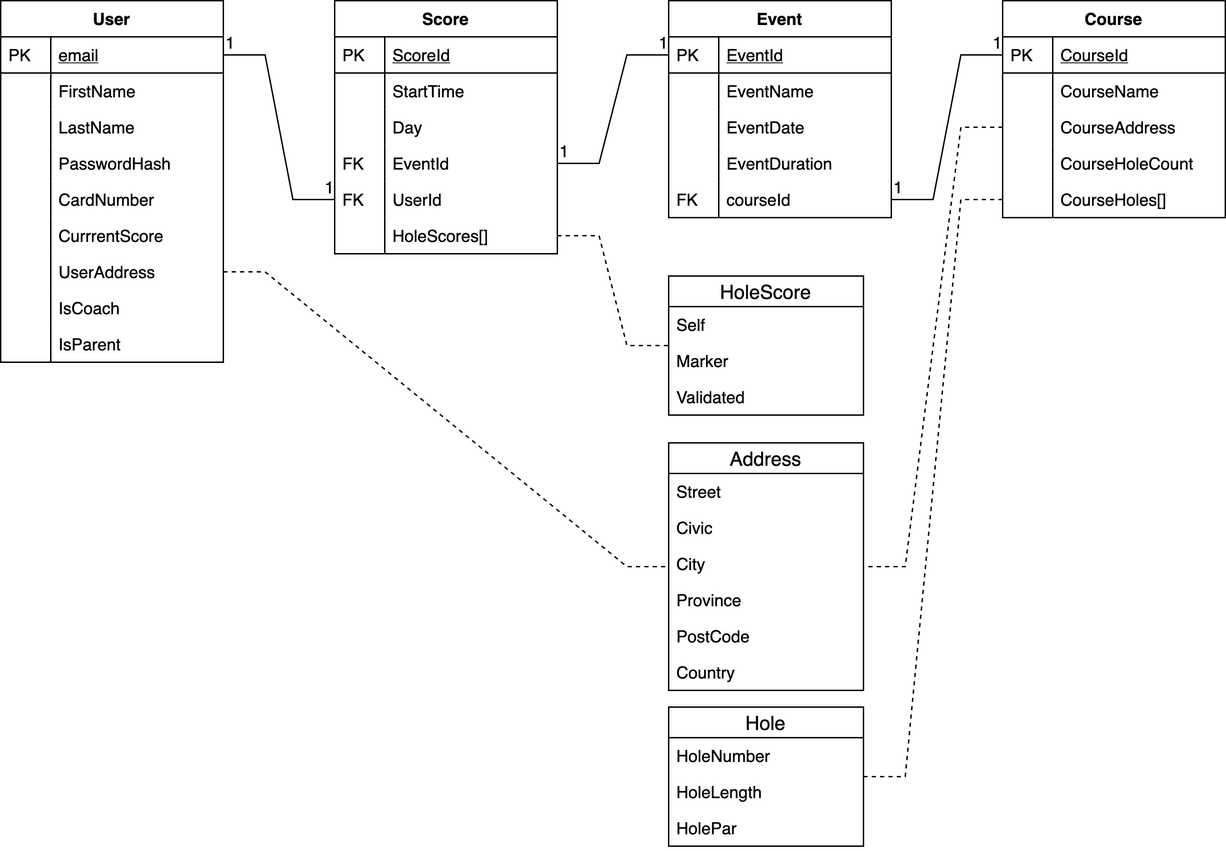
paolob67/GolfScoring keeps this draw.io diagram as ProjectDocs/GolfScoringDB.png. Above is the earlier version. Source tidied: cells renumbered, new cells last; positions are measured from the earlier drawing's top-left corner, leaving out a move shared by most shapes.
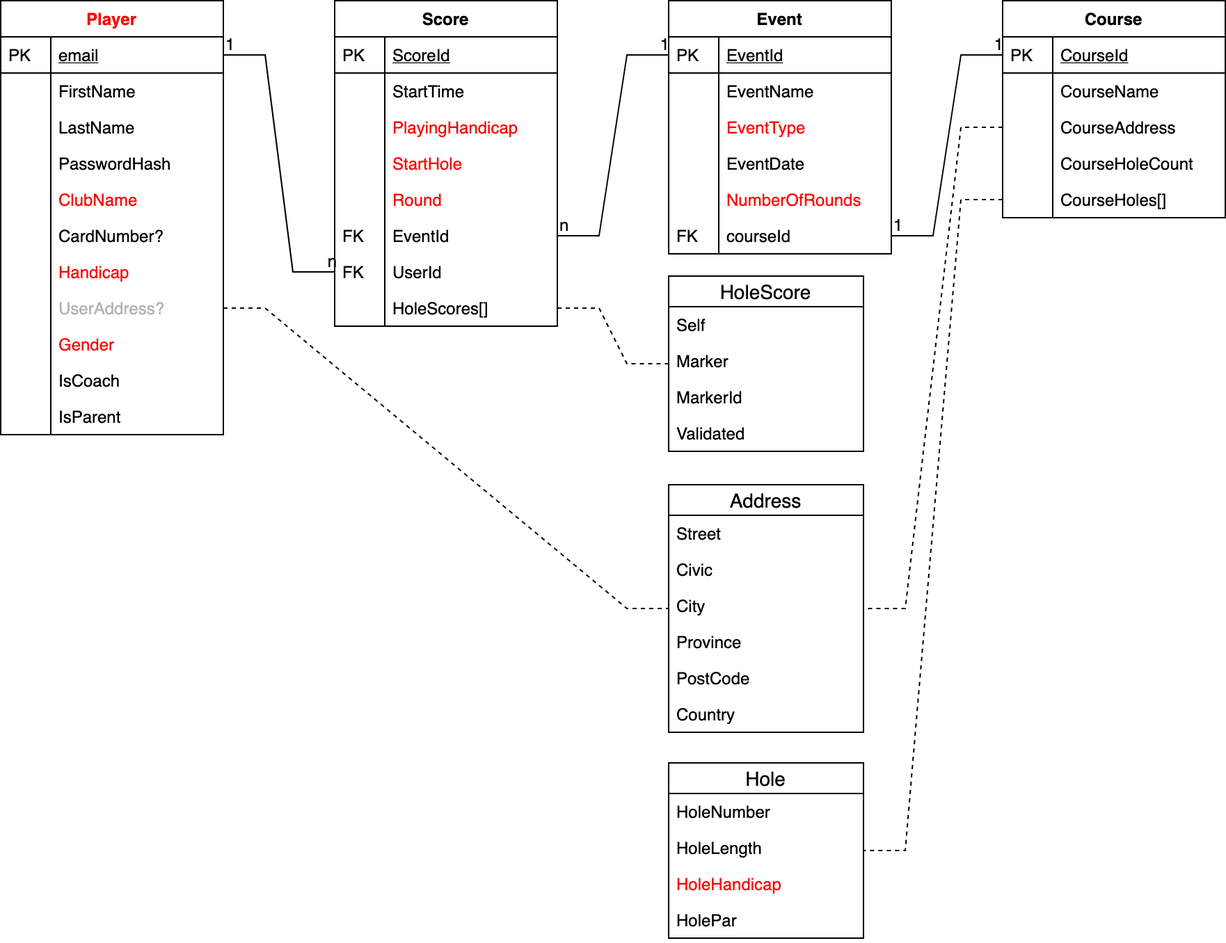
After the change.

What changed in the source:
```diff
@@ -2,8 +2,8 @@
   <root>
     <mxCell id="0" />
     <mxCell id="1" parent="0" />
-    <mxCell id="2" value="User" style="swimlane;fontStyle=1;horizontal=1;startSize=26;rounded=0;shadow=0;strokeWidth=1;" parent="1" vertex="1">
-      <mxGeometry width="160" height="260" as="geometry" />
+    <mxCell id="2" value="Player" style="swimlane;fontStyle=1;horizontal=1;startSize=26;rounded=0;shadow=0;strokeWidth=1;fontColor=#FF0000;" parent="1" vertex="1">
+      <mxGeometry width="160" height="312" as="geometry" />
     </mxCell>
     <mxCell id="3" value="email" style="shape=partialRectangle;top=0;left=0;right=0;bottom=1;align=left;verticalAlign=top;fillColor=none;spacingLeft=40;spacingRight=4;overflow=hidden;points=[[0,0.5],[1,0.5]];portConstraint=eastwest;rounded=0;shadow=0;strokeWidth=1;fontStyle=4;" parent="2" vertex="1">
       <mxGeometry y="26" width="160" height="26" as="geometry" />
@@ -29,32 +29,44 @@
     <mxCell id="10" style="shape=partialRectangle;top=0;left=0;bottom=0;fillColor=none;align=left;verticalAlign=top;spacingLeft=4;spacingRight=4;overflow=hidden;" parent="9" vertex="1">
       <mxGeometry width="36" height="26" as="geometry" />
     </mxCell>
+    <mxCell id="84" value="ClubName" style="shape=partialRectangle;top=0;left=0;right=0;bottom=0;align=left;verticalAlign=top;fillColor=none;spacingLeft=40;spacingRight=4;overflow=hidden;rounded=0;shadow=0;strokeWidth=1;fontColor=#FF0000;" parent="2" vertex="1">
+      <mxGeometry y="130" width="160" height="26" as="geometry" />
+    </mxCell>
+    <mxCell id="85" style="shape=partialRectangle;top=0;left=0;bottom=0;fillColor=none;align=left;verticalAlign=top;spacingLeft=4;spacingRight=4;overflow=hidden;" parent="84" vertex="1">
+      <mxGeometry width="36" height="26" as="geometry" />
+    </mxCell>
-    <mxCell id="11" value="CardNumber" style="shape=partialRectangle;top=0;left=0;right=0;bottom=0;align=left;verticalAlign=top;fillColor=none;spacingLeft=40;spacingRight=4;overflow=hidden;rounded=0;shadow=0;strokeWidth=1;" parent="2" vertex="1">
-      <mxGeometry y="130" width="160" height="26" as="geometry" />
+    <mxCell id="11" value="CardNumber?" style="shape=partialRectangle;top=0;left=0;right=0;bottom=0;align=left;verticalAlign=top;fillColor=none;spacingLeft=40;spacingRight=4;overflow=hidden;rounded=0;shadow=0;strokeWidth=1;" parent="2" vertex="1">
+      <mxGeometry y="156" width="160" height="26" as="geometry" />
     </mxCell>
     <mxCell id="12" style="shape=partialRectangle;top=0;left=0;bottom=0;fillColor=none;align=left;verticalAlign=top;spacingLeft=4;spacingRight=4;overflow=hidden;" parent="11" vertex="1">
       <mxGeometry width="36" height="26" as="geometry" />
     </mxCell>
-    <mxCell id="13" value="CurrrentScore" style="shape=partialRectangle;top=0;left=0;right=0;bottom=0;align=left;verticalAlign=top;fillColor=none;spacingLeft=40;spacingRight=4;overflow=hidden;rounded=0;shadow=0;strokeWidth=1;" parent="2" vertex="1">
-      <mxGeometry y="156" width="160" height="26" as="geometry" />
+    <mxCell id="13" value="Handicap" style="shape=partialRectangle;top=0;left=0;right=0;bottom=0;align=left;verticalAlign=top;fillColor=none;spacingLeft=40;spacingRight=4;overflow=hidden;rounded=0;shadow=0;strokeWidth=1;fontColor=#FF0000;" parent="2" vertex="1">
+      <mxGeometry y="182" width="160" height="26" as="geometry" />
     </mxCell>
     <mxCell id="14" style="shape=partialRectangle;top=0;left=0;bottom=0;fillColor=none;align=left;verticalAlign=top;spacingLeft=4;spacingRight=4;overflow=hidden;" parent="13" vertex="1">
       <mxGeometry width="36" height="26" as="geometry" />
     </mxCell>
-    <mxCell id="15" value="UserAddress" style="shape=partialRectangle;top=0;left=0;right=0;bottom=0;align=left;verticalAlign=top;fillColor=none;spacingLeft=40;spacingRight=4;overflow=hidden;points=[[0,0.5],[1,0.5]];portConstraint=eastwest;rounded=0;shadow=0;strokeWidth=1;" parent="2" vertex="1">
-      <mxGeometry y="182" width="160" height="26" as="geometry" />
+    <mxCell id="15" value="UserAddress?" style="shape=partialRectangle;top=0;left=0;right=0;bottom=0;align=left;verticalAlign=top;fillColor=none;spacingLeft=40;spacingRight=4;overflow=hidden;points=[[0,0.5],[1,0.5]];portConstraint=eastwest;rounded=0;shadow=0;strokeWidth=1;fontColor=#B3B3B3;" parent="2" vertex="1">
+      <mxGeometry y="208" width="160" height="26" as="geometry" />
     </mxCell>
     <mxCell id="16" style="shape=partialRectangle;top=0;left=0;bottom=0;fillColor=none;align=left;verticalAlign=top;spacingLeft=4;spacingRight=4;overflow=hidden;" parent="15" vertex="1">
       <mxGeometry width="36" height="26" as="geometry" />
     </mxCell>
+    <mxCell id="86" value="Gender" style="shape=partialRectangle;top=0;left=0;right=0;bottom=0;align=left;verticalAlign=top;fillColor=none;spacingLeft=40;spacingRight=4;overflow=hidden;rounded=0;shadow=0;strokeWidth=1;fontColor=#FF0000;" parent="2" vertex="1">
+      <mxGeometry y="234" width="160" height="26" as="geometry" />
+    </mxCell>
+    <mxCell id="87" style="shape=partialRectangle;top=0;left=0;bottom=0;fillColor=none;align=left;verticalAlign=top;spacingLeft=4;spacingRight=4;overflow=hidden;" parent="86" vertex="1">
+      <mxGeometry width="36" height="26" as="geometry" />
+    </mxCell>
     <mxCell id="17" value="IsCoach" style="shape=partialRectangle;top=0;left=0;right=0;bottom=0;align=left;verticalAlign=top;fillColor=none;spacingLeft=40;spacingRight=4;overflow=hidden;rounded=0;shadow=0;strokeWidth=1;" parent="2" vertex="1">
-      <mxGeometry y="208" width="160" height="26" as="geometry" />
+      <mxGeometry y="260" width="160" height="26" as="geometry" />
     </mxCell>
     <mxCell id="18" style="shape=partialRectangle;top=0;left=0;bottom=0;fillColor=none;align=left;verticalAlign=top;spacingLeft=4;spacingRight=4;overflow=hidden;" parent="17" vertex="1">
       <mxGeometry width="36" height="26" as="geometry" />
     </mxCell>
     <mxCell id="19" value="IsParent" style="shape=partialRectangle;top=0;left=0;right=0;bottom=0;align=left;verticalAlign=top;fillColor=none;spacingLeft=40;spacingRight=4;overflow=hidden;rounded=0;shadow=0;strokeWidth=1;" parent="2" vertex="1">
-      <mxGeometry y="234" width="160" height="26" as="geometry" />
+      <mxGeometry y="286" width="160" height="26" as="geometry" />
     </mxCell>
     <mxCell id="20" style="shape=partialRectangle;top=0;left=0;bottom=0;fillColor=none;align=left;verticalAlign=top;spacingLeft=4;spacingRight=4;overflow=hidden;" parent="19" vertex="1">
       <mxGeometry width="36" height="26" as="geometry" />
@@ -65,11 +77,11 @@
     <mxCell id="22" value="1" style="html=1;align=left;verticalAlign=bottom;" parent="21" vertex="1">
       <mxGeometry x="-1" relative="1" as="geometry" />
     </mxCell>
-    <mxCell id="23" value="1" style="html=1;align=right;verticalAlign=bottom;" parent="21" vertex="1">
+    <mxCell id="23" value="n" style="html=1;align=right;verticalAlign=bottom;" parent="21" vertex="1">
       <mxGeometry x="1" relative="1" as="geometry" />
     </mxCell>
     <mxCell id="24" value="Score" style="swimlane;fontStyle=1;horizontal=1;startSize=26;rounded=0;shadow=0;strokeWidth=1;" parent="1" vertex="1">
-      <mxGeometry x="240" width="160" height="182" as="geometry" />
+      <mxGeometry x="240" width="160" height="234" as="geometry" />
     </mxCell>
     <mxCell id="25" value="ScoreId" style="shape=partialRectangle;top=0;left=0;right=0;bottom=1;align=left;verticalAlign=top;fillColor=none;spacingLeft=40;spacingRight=4;overflow=hidden;rounded=0;shadow=0;strokeWidth=1;fontStyle=4;" parent="24" vertex="1">
       <mxGeometry y="26" width="160" height="26" as="geometry" />
@@ -83,26 +95,38 @@
     <mxCell id="28" style="shape=partialRectangle;top=0;left=0;bottom=0;fillColor=none;align=left;verticalAlign=top;spacingLeft=4;spacingRight=4;overflow=hidden;" parent="27" vertex="1">
       <mxGeometry width="36" height="26" as="geometry" />
     </mxCell>
+    <mxCell id="88" value="PlayingHandicap" style="shape=partialRectangle;top=0;left=0;right=0;bottom=0;align=left;verticalAlign=top;fillColor=none;spacingLeft=40;spacingRight=4;overflow=hidden;rounded=0;shadow=0;strokeWidth=1;fontColor=#FF0000;" parent="24" vertex="1">
+      <mxGeometry y="78" width="160" height="26" as="geometry" />
+    </mxCell>
+    <mxCell id="89" style="shape=partialRectangle;top=0;left=0;bottom=0;fillColor=none;align=left;verticalAlign=top;spacingLeft=4;spacingRight=4;overflow=hidden;" parent="88" vertex="1">
+      <mxGeometry width="36" height="26" as="geometry" />
+    </mxCell>
+    <mxCell id="90" value="StartHole" style="shape=partialRectangle;top=0;left=0;right=0;bottom=0;align=left;verticalAlign=top;fillColor=none;spacingLeft=40;spacingRight=4;overflow=hidden;rounded=0;shadow=0;strokeWidth=1;fontColor=#FF0000;" parent="24" vertex="1">
+      <mxGeometry y="104" width="160" height="26" as="geometry" />
+    </mxCell>
+    <mxCell id="91" style="shape=partialRectangle;top=0;left=0;bottom=0;fillColor=none;align=left;verticalAlign=top;spacingLeft=4;spacingRight=4;overflow=hidden;" parent="90" vertex="1">
+      <mxGeometry width="36" height="26" as="geometry" />
+    </mxCell>
-    <mxCell id="29" value="Day" style="shape=partialRectangle;top=0;left=0;right=0;bottom=0;align=left;verticalAlign=top;fillColor=none;spacingLeft=40;spacingRight=4;overflow=hidden;rounded=0;shadow=0;strokeWidth=1;" parent="24" vertex="1">
-      <mxGeometry y="78" width="160" height="26" as="geometry" />
+    <mxCell id="29" value="Round" style="shape=partialRectangle;top=0;left=0;right=0;bottom=0;align=left;verticalAlign=top;fillColor=none;spacingLeft=40;spacingRight=4;overflow=hidden;rounded=0;shadow=0;strokeWidth=1;fontColor=#FF0000;" parent="24" vertex="1">
+      <mxGeometry y="130" width="160" height="26" as="geometry" />
     </mxCell>
     <mxCell id="30" style="shape=partialRectangle;top=0;left=0;bottom=0;fillColor=none;align=left;verticalAlign=top;spacingLeft=4;spacingRight=4;overflow=hidden;" parent="29" vertex="1">
       <mxGeometry width="36" height="26" as="geometry" />
     </mxCell>
     <mxCell id="31" value="EventId" style="shape=partialRectangle;top=0;left=0;right=0;bottom=0;align=left;verticalAlign=top;fillColor=none;spacingLeft=40;spacingRight=4;overflow=hidden;points=[[0,0.5],[1,0.5]];portConstraint=eastwest;rounded=0;shadow=0;strokeWidth=1;" parent="24" vertex="1">
-      <mxGeometry y="104" width="160" height="26" as="geometry" />
+      <mxGeometry y="156" width="160" height="26" as="geometry" />
     </mxCell>
     <mxCell id="32" value="FK" style="shape=partialRectangle;top=0;left=0;bottom=0;fillColor=none;align=left;verticalAlign=top;spacingLeft=4;spacingRight=4;overflow=hidden;" parent="31" vertex="1">
       <mxGeometry width="36" height="26" as="geometry" />
     </mxCell>
     <mxCell id="33" value="UserId" style="shape=partialRectangle;top=0;left=0;right=0;bottom=0;align=left;verticalAlign=top;fillColor=none;spacingLeft=40;spacingRight=4;overflow=hidden;points=[[0,0.5],[1,0.5]];portConstraint=eastwest;rounded=0;shadow=0;strokeWidth=1;" parent="24" vertex="1">
-      <mxGeometry y="130" width="160" height="26" as="geometry" />
+      <mxGeometry y="182" width="160" height="26" as="geometry" />
     </mxCell>
     <mxCell id="34" value="FK" style="shape=partialRectangle;top=0;left=0;bottom=0;fillColor=none;align=left;verticalAlign=top;spacingLeft=4;spacingRight=4;overflow=hidden;" parent="33" vertex="1">
       <mxGeometry width="36" height="26" as="geometry" />
     </mxCell>
     <mxCell id="35" value="HoleScores[]" style="shape=partialRectangle;top=0;left=0;right=0;bottom=0;align=left;verticalAlign=top;fillColor=none;spacingLeft=40;spacingRight=4;overflow=hidden;points=[[0,0.5],[1,0.5]];portConstraint=eastwest;rounded=0;shadow=0;strokeWidth=1;" parent="24" vertex="1">
-      <mxGeometry y="156" width="160" height="26" as="geometry" />
+      <mxGeometry y="208" width="160" height="26" as="geometry" />
     </mxCell>
     <mxCell id="36" style="shape=partialRectangle;top=0;left=0;bottom=0;fillColor=none;align=left;verticalAlign=top;spacingLeft=4;spacingRight=4;overflow=hidden;" parent="35" vertex="1">
       <mxGeometry width="36" height="26" as="geometry" />
@@ -110,14 +134,14 @@
     <mxCell id="37" style="endArrow=none;html=1;rounded=0;edgeStyle=entityRelationEdgeStyle;" parent="1" edge="1" source="31" target="41">
       <mxGeometry relative="1" as="geometry" />
     </mxCell>
-    <mxCell id="38" value="1" style="html=1;align=left;verticalAlign=bottom;" parent="37" vertex="1">
+    <mxCell id="38" value="n" style="html=1;align=left;verticalAlign=bottom;" parent="37" vertex="1">
       <mxGeometry x="-1" relative="1" as="geometry" />
     </mxCell>
     <mxCell id="39" value="1" style="html=1;align=right;verticalAlign=bottom;" parent="37" vertex="1">
       <mxGeometry x="1" relative="1" as="geometry" />
     </mxCell>
     <mxCell id="40" value="Event" style="swimlane;fontStyle=1;horizontal=1;startSize=26;rounded=0;shadow=0;strokeWidth=1;" parent="1" vertex="1">
-      <mxGeometry x="480" width="160" height="156" as="geometry" />
+      <mxGeometry x="480" width="160" height="182" as="geometry" />
     </mxCell>
     <mxCell id="41" value="EventId" style="shape=partialRectangle;top=0;left=0;right=0;bottom=1;align=left;verticalAlign=top;fillColor=none;spacingLeft=40;spacingRight=4;overflow=hidden;points=[[0,0.5],[1,0.5]];portConstraint=eastwest;rounded=0;shadow=0;strokeWidth=1;fontStyle=4;" parent="40" vertex="1">
       <mxGeometry y="26" width="160" height="26" as="geometry" />
@@ -131,20 +155,26 @@
     <mxCell id="44" style="shape=partialRectangle;top=0;left=0;bottom=0;fillColor=none;align=left;verticalAlign=top;spacingLeft=4;spacingRight=4;overflow=hidden;" parent="43" vertex="1">
       <mxGeometry width="36" height="26" as="geometry" />
     </mxCell>
+    <mxCell id="92" value="EventType" style="shape=partialRectangle;top=0;left=0;right=0;bottom=0;align=left;verticalAlign=top;fillColor=none;spacingLeft=40;spacingRight=4;overflow=hidden;rounded=0;shadow=0;strokeWidth=1;fontColor=#FF0000;" parent="40" vertex="1">
+      <mxGeometry y="78" width="160" height="26" as="geometry" />
+    </mxCell>
+    <mxCell id="93" style="shape=partialRectangle;top=0;left=0;bottom=0;fillColor=none;align=left;verticalAlign=top;spacingLeft=4;spacingRight=4;overflow=hidden;" parent="92" vertex="1">
+      <mxGeometry width="36" height="26" as="geometry" />
+    </mxCell>
     <mxCell id="45" value="EventDate" style="shape=partialRectangle;top=0;left=0;right=0;bottom=0;align=left;verticalAlign=top;fillColor=none;spacingLeft=40;spacingRight=4;overflow=hidden;rounded=0;shadow=0;strokeWidth=1;" parent="40" vertex="1">
-      <mxGeometry y="78" width="160" height="26" as="geometry" />
+      <mxGeometry y="104" width="160" height="26" as="geometry" />
     </mxCell>
     <mxCell id="46" style="shape=partialRectangle;top=0;left=0;bottom=0;fillColor=none;align=left;verticalAlign=top;spacingLeft=4;spacingRight=4;overflow=hidden;" parent="45" vertex="1">
       <mxGeometry width="36" height="26" as="geometry" />
     </mxCell>
-    <mxCell id="47" value="EventDuration" style="shape=partialRectangle;top=0;left=0;right=0;bottom=0;align=left;verticalAlign=top;fillColor=none;spacingLeft=40;spacingRight=4;overflow=hidden;rounded=0;shadow=0;strokeWidth=1;" parent="40" vertex="1">
-      <mxGeometry y="104" width="160" height="26" as="geometry" />
+    <mxCell id="47" value="NumberOfRounds" style="shape=partialRectangle;top=0;left=0;right=0;bottom=0;align=left;verticalAlign=top;fillColor=none;spacingLeft=40;spacingRight=4;overflow=hidden;rounded=0;shadow=0;strokeWidth=1;fontColor=#FF0000;" parent="40" vertex="1">
+      <mxGeometry y="130" width="160" height="26" as="geometry" />
     </mxCell>
     <mxCell id="48" style="shape=partialRectangle;top=0;left=0;bottom=0;fillColor=none;align=left;verticalAlign=top;spacingLeft=4;spacingRight=4;overflow=hidden;" parent="47" vertex="1">
       <mxGeometry width="36" height="26" as="geometry" />
     </mxCell>
     <mxCell id="49" value="courseId" style="shape=partialRectangle;top=0;left=0;right=0;bottom=0;align=left;verticalAlign=top;fillColor=none;spacingLeft=40;spacingRight=4;overflow=hidden;points=[[0,0.5],[1,0.5]];portConstraint=eastwest;rounded=0;shadow=0;strokeWidth=1;" parent="40" vertex="1">
-      <mxGeometry y="130" width="160" height="26" as="geometry" />
+      <mxGeometry y="156" width="160" height="26" as="geometry" />
     </mxCell>
     <mxCell id="50" value="FK" style="shape=partialRectangle;top=0;left=0;bottom=0;fillColor=none;align=left;verticalAlign=top;spacingLeft=4;spacingRight=4;overflow=hidden;" parent="49" vertex="1">
       <mxGeometry width="36" height="26" as="geometry" />
@@ -201,7 +231,7 @@
       <mxGeometry relative="1" as="geometry" />
     </mxCell>
     <mxCell id="68" value="HoleScore" style="swimlane;fontStyle=0;horizontal=1;startSize=22;align=center;fontSize=14;" parent="1" vertex="1">
-      <mxGeometry x="480" y="198" width="140" height="100" as="geometry" />
+      <mxGeometry x="480" y="198" width="140" height="126" as="geometry" />
     </mxCell>
     <mxCell id="69" value="Self" style="text;strokeColor=none;fillColor=none;spacingLeft=4;spacingRight=4;overflow=hidden;fontSize=12;" parent="68" vertex="1">
       <mxGeometry y="22" width="140" height="26" as="geometry" />
@@ -209,11 +239,17 @@
     <mxCell id="70" value="Marker" style="text;strokeColor=none;fillColor=none;spacingLeft=4;spacingRight=4;overflow=hidden;fontSize=12;" parent="68" vertex="1">
       <mxGeometry y="48" width="140" height="26" as="geometry" />
     </mxCell>
+    <mxCell id="94" value="MarkerId" style="text;strokeColor=none;fillColor=none;spacingLeft=4;spacingRight=4;overflow=hidden;fontSize=12;" parent="68" vertex="1">
+      <mxGeometry y="74" width="140" height="26" as="geometry" />
+    </mxCell>
-    <mxCell id="71" value="Validated" style="text;strokeColor=none;fillColor=none;spacingLeft=4;spacingRight=4;overflow=hidden;fontSize=12;" parent="68" vertex="1">
-      <mxGeometry y="74" width="140" height="26" as="geometry" />
+    <mxCell id="71" value="Validated" style="text;strokeColor=none;fillColor=none;spacingLeft=4;spacingRight=4;overflow=hidden;fontSize=12;fontColor=#000000;" parent="68" vertex="1">
+      <mxGeometry y="100" width="140" height="26" as="geometry" />
     </mxCell>
+    <mxCell id="83" style="edgeStyle=entityRelationEdgeStyle;rounded=0;jettySize=auto;html=1;dashed=1;endArrow=none;endFill=0;" parent="1" edge="1" source="63" target="79">
+      <mxGeometry relative="1" as="geometry" />
+    </mxCell>
     <mxCell id="72" value="Address" style="swimlane;fontStyle=0;horizontal=1;startSize=22;align=center;fontSize=14;" parent="1" vertex="1">
-      <mxGeometry x="480" y="318" width="140" height="178" as="geometry" />
+      <mxGeometry x="480" y="348" width="140" height="178" as="geometry" />
     </mxCell>
     <mxCell id="73" value="Street" style="text;strokeColor=none;fillColor=none;spacingLeft=4;spacingRight=4;overflow=hidden;fontSize=12;" parent="72" vertex="1">
       <mxGeometry y="22" width="140" height="26" as="geometry" />
@@ -234,7 +270,7 @@
       <mxGeometry y="152" width="140" height="26" as="geometry" />
     </mxCell>
     <mxCell id="79" value="Hole" style="swimlane;fontStyle=0;horizontal=1;startSize=22;align=center;fontSize=14;" parent="1" vertex="1">
-      <mxGeometry x="480" y="508" width="140" height="100" as="geometry" />
+      <mxGeometry x="480" y="548" width="140" height="126" as="geometry" />
     </mxCell>
     <mxCell id="80" value="HoleNumber" style="text;strokeColor=none;fillColor=none;spacingLeft=4;spacingRight=4;overflow=hidden;fontSize=12;" parent="79" vertex="1">
       <mxGeometry y="22" width="140" height="26" as="geometry" />
@@ -242,11 +278,11 @@
     <mxCell id="81" value="HoleLength" style="text;strokeColor=none;fillColor=none;spacingLeft=4;spacingRight=4;overflow=hidden;fontSize=12;" parent="79" vertex="1">
       <mxGeometry y="48" width="140" height="26" as="geometry" />
     </mxCell>
+    <mxCell id="95" value="HoleHandicap" style="text;strokeColor=none;fillColor=none;spacingLeft=4;spacingRight=4;overflow=hidden;fontSize=12;fontColor=#FF0000;" parent="79" vertex="1">
+      <mxGeometry y="74" width="140" height="26" as="geometry" />
+    </mxCell>
     <mxCell id="82" value="HolePar" style="text;strokeColor=none;fillColor=none;spacingLeft=4;spacingRight=4;overflow=hidden;fontSize=12;" parent="79" vertex="1">
-      <mxGeometry y="74" width="140" height="26" as="geometry" />
+      <mxGeometry y="100" width="140" height="26" as="geometry" />
     </mxCell>
-    <mxCell id="83" style="edgeStyle=entityRelationEdgeStyle;rounded=0;jettySize=auto;html=1;dashed=1;endArrow=none;endFill=0;" parent="1" edge="1" source="63" target="79">
-      <mxGeometry relative="1" as="geometry" />
-    </mxCell>
   </root>
 </mxGraphModel>
```
